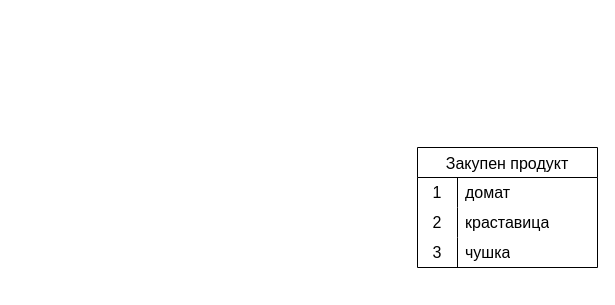
Above: Untitled Diagram.drawio in Flagmic/School (draw.io), before the change. Source tidied: cells renumbered, new cells numbered last; positions are measured from the earlier drawing's top-left corner, leaving out a move shared by most shapes. Both pictures are drawn from the tidied source at 100%, with x=0, y=0 at pixel (417, 147).
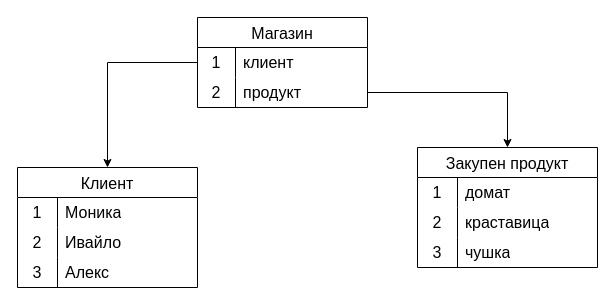
Above is the later version.

Unchanged cells that the change refers to:
```xml
<mxCell id="2" value="Закупен продукт" style="shape=table;startSize=30;childLayout=tableLayout;rowLines=0;fontStyle=0;strokeColor=default;fontSize=16;" parent="1" vertex="1">
  <mxGeometry width="180" height="120" as="geometry" />
</mxCell>
```

Diff of the diagram source:
```diff
@@
+    <mxCell id="12" value="Магазин" style="shape=table;startSize=30;childLayout=tableLayout;rowLines=0;fontStyle=0;strokeColor=default;fontSize=16;" parent="1" vertex="1">
+      <mxGeometry x="-220" y="-130" width="170" height="90" as="geometry" />
+    </mxCell>
+    <mxCell id="13" style="shape=tableRow;horizontal=0;startSize=0;swimlaneHead=0;swimlaneBody=0;top=0;left=0;bottom=0;right=0;fillColor=none;points=[[0,0.5],[1,0.5]];portConstraint=eastwest;strokeColor=inherit;fontSize=16;" parent="12" vertex="1">
+      <mxGeometry y="30" width="170" height="30" as="geometry" />
+    </mxCell>
+    <mxCell id="14" value="1" style="shape=partialRectangle;html=1;whiteSpace=wrap;fillColor=none;top=0;left=0;bottom=0;right=0;overflow=hidden;strokeColor=inherit;fontSize=16;" parent="13" vertex="1">
+      <mxGeometry width="38" height="30" as="geometry" />
+    </mxCell>
+    <mxCell id="15" value="клиент" style="shape=partialRectangle;html=1;whiteSpace=wrap;fillColor=none;top=0;left=0;bottom=0;right=0;align=left;spacingLeft=6;overflow=hidden;strokeColor=inherit;fontSize=16;" parent="13" vertex="1">
+      <mxGeometry x="38" width="132" height="30" as="geometry" />
+    </mxCell>
+    <mxCell id="16" style="shape=tableRow;horizontal=0;startSize=0;swimlaneHead=0;swimlaneBody=0;top=0;left=0;bottom=0;right=0;fillColor=none;points=[[0,0.5],[1,0.5]];portConstraint=eastwest;strokeColor=inherit;fontSize=16;" parent="12" vertex="1">
+      <mxGeometry y="60" width="170" height="30" as="geometry" />
+    </mxCell>
+    <mxCell id="17" value="2" style="shape=partialRectangle;html=1;whiteSpace=wrap;fillColor=none;top=0;left=0;bottom=0;right=0;overflow=hidden;strokeColor=inherit;fontSize=16;" parent="16" vertex="1">
+      <mxGeometry width="38" height="30" as="geometry" />
+    </mxCell>
+    <mxCell id="18" value="продукт" style="shape=partialRectangle;html=1;whiteSpace=wrap;fillColor=none;top=0;left=0;bottom=0;right=0;align=left;spacingLeft=6;overflow=hidden;strokeColor=inherit;fontSize=16;" parent="16" vertex="1">
+      <mxGeometry x="38" width="132" height="30" as="geometry" />
+    </mxCell>
+    <mxCell id="19" style="edgeStyle=orthogonalEdgeStyle;rounded=0;jettySize=auto;html=1;" parent="1" edge="1" source="13" target="21">
+      <mxGeometry relative="1" as="geometry" />
+    </mxCell>
+    <mxCell id="20" style="edgeStyle=orthogonalEdgeStyle;rounded=0;jettySize=auto;html=1;" parent="1" edge="1" source="16" target="2">
+      <mxGeometry relative="1" as="geometry" />
+    </mxCell>
+    <mxCell id="21" value="Клиент" style="shape=table;startSize=30;childLayout=tableLayout;rowLines=0;fontStyle=0;strokeColor=default;fontSize=16;" parent="1" vertex="1">
+      <mxGeometry x="-400" y="20" width="180" height="120" as="geometry" />
+    </mxCell>
+    <mxCell id="22" style="shape=tableRow;horizontal=0;startSize=0;swimlaneHead=0;swimlaneBody=0;top=0;left=0;bottom=0;right=0;fillColor=none;strokeColor=inherit;fontSize=16;" parent="21" vertex="1">
+      <mxGeometry y="30" width="180" height="30" as="geometry" />
+    </mxCell>
+    <mxCell id="23" value="1" style="shape=partialRectangle;html=1;whiteSpace=wrap;fillColor=none;top=0;left=0;bottom=0;right=0;overflow=hidden;strokeColor=inherit;fontSize=16;" parent="22" vertex="1">
+      <mxGeometry width="40" height="30" as="geometry" />
+    </mxCell>
+    <mxCell id="24" value="Моника" style="shape=partialRectangle;html=1;whiteSpace=wrap;fillColor=none;top=0;left=0;bottom=0;right=0;align=left;spacingLeft=6;overflow=hidden;strokeColor=inherit;fontSize=16;" parent="22" vertex="1">
+      <mxGeometry x="40" width="140" height="30" as="geometry" />
+    </mxCell>
+    <mxCell id="25" style="shape=tableRow;horizontal=0;startSize=0;swimlaneHead=0;swimlaneBody=0;top=0;left=0;bottom=0;right=0;fillColor=none;strokeColor=inherit;fontSize=16;" parent="21" vertex="1">
+      <mxGeometry y="60" width="180" height="30" as="geometry" />
+    </mxCell>
+    <mxCell id="26" value="2" style="shape=partialRectangle;html=1;whiteSpace=wrap;fillColor=none;top=0;left=0;bottom=0;right=0;overflow=hidden;strokeColor=inherit;fontSize=16;" parent="25" vertex="1">
+      <mxGeometry width="40" height="30" as="geometry" />
+    </mxCell>
+    <mxCell id="27" value="Ивайло" style="shape=partialRectangle;html=1;whiteSpace=wrap;fillColor=none;top=0;left=0;bottom=0;right=0;align=left;spacingLeft=6;overflow=hidden;strokeColor=inherit;fontSize=16;" parent="25" vertex="1">
+      <mxGeometry x="40" width="140" height="30" as="geometry" />
+    </mxCell>
+    <mxCell id="28" style="shape=tableRow;horizontal=0;startSize=0;swimlaneHead=0;swimlaneBody=0;top=0;left=0;bottom=0;right=0;fillColor=none;strokeColor=inherit;fontSize=16;" parent="21" vertex="1">
+      <mxGeometry y="90" width="180" height="30" as="geometry" />
+    </mxCell>
+    <mxCell id="29" value="3" style="shape=partialRectangle;html=1;whiteSpace=wrap;fillColor=none;top=0;left=0;bottom=0;right=0;overflow=hidden;strokeColor=inherit;fontSize=16;" parent="28" vertex="1">
+      <mxGeometry width="40" height="30" as="geometry" />
+    </mxCell>
+    <mxCell id="30" value="Алекс" style="shape=partialRectangle;html=1;whiteSpace=wrap;fillColor=none;top=0;left=0;bottom=0;right=0;align=left;spacingLeft=6;overflow=hidden;strokeColor=inherit;fontSize=16;" parent="28" vertex="1">
+      <mxGeometry x="40" width="140" height="30" as="geometry" />
+    </mxCell>
```
